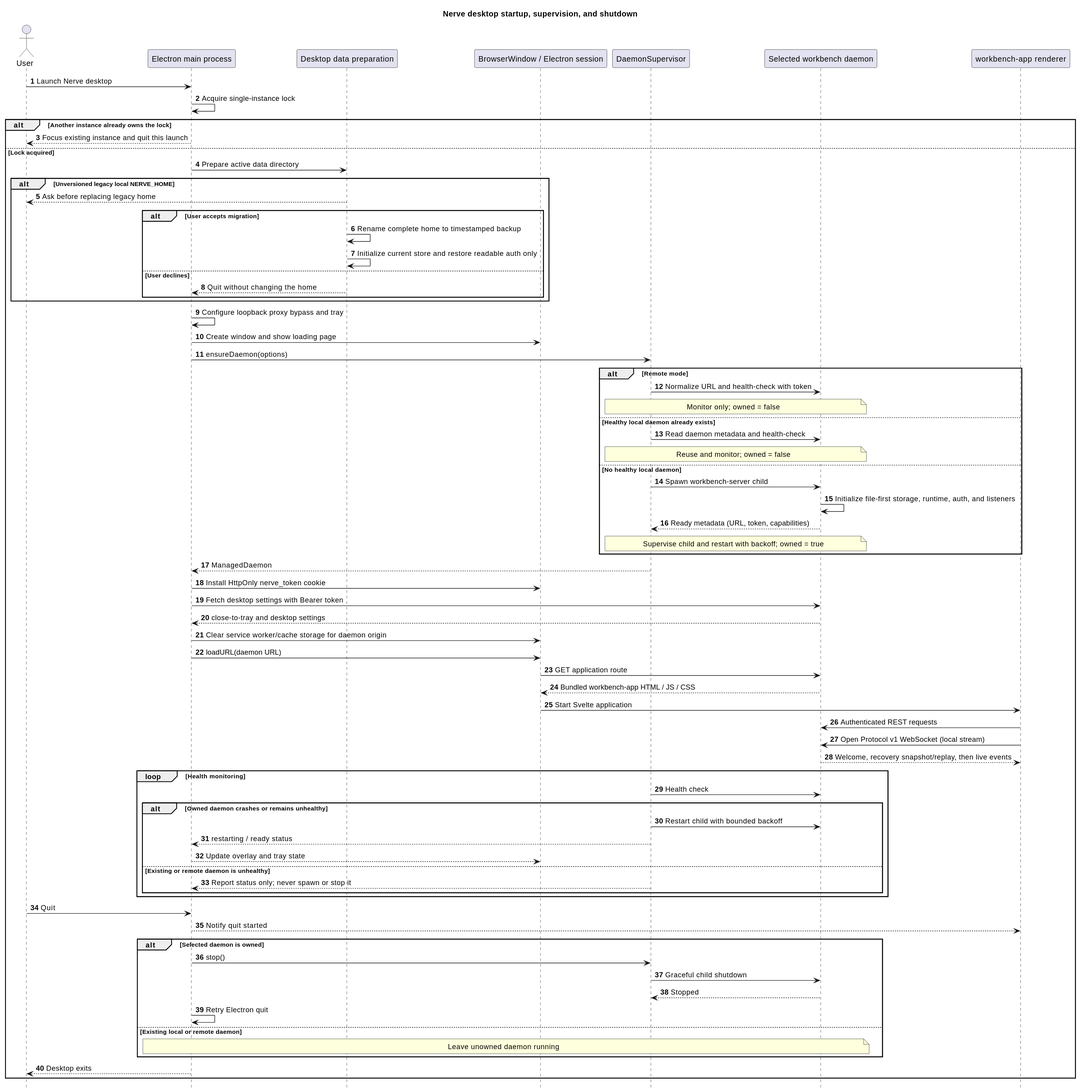
Earlier version of the PlantUML export packages/website/public/diagrams/05-desktop-startup.svg (ThilinaTLM/nerve). Its diagram source:
```plantuml
@startuml
!pragma layout smetana
hide footbox
autonumber

title Nerve desktop startup, supervision, and shutdown

actor User
participant "Electron main process" as Main
participant "Desktop data preparation" as Home
participant "BrowserWindow / Electron session" as Window
participant DaemonSupervisor as Supervisor
participant "Selected workbench daemon" as Daemon
participant "workbench-app renderer" as App

User -> Main: Launch Nerve desktop
Main -> Main: Acquire single-instance lock
alt Another instance already owns the lock
  Main --> User: Focus existing instance and quit this launch
else Lock acquired
  Main -> Home: Prepare active data directory
  alt Unversioned legacy local NERVE_HOME
    Home --> User: Ask before replacing legacy home
    alt User accepts migration
      Home -> Home: Rename complete home to timestamped backup
      Home -> Home: Initialize current store and restore readable auth only
    else User declines
      Home --> Main: Quit without changing the home
    end
  end

  Main -> Main: Configure loopback proxy bypass and tray
  Main -> Window: Create window and show loading page
  Main -> Supervisor: ensureDaemon(options)

  alt Remote mode
    Supervisor -> Daemon: Normalize URL and health-check with token
    note over Supervisor,Daemon: Monitor only; owned = false
  else Healthy local daemon already exists
    Supervisor -> Daemon: Read daemon metadata and health-check
    note over Supervisor,Daemon: Reuse and monitor; owned = false
  else No healthy local daemon
    Supervisor -> Daemon: Spawn workbench-server child
    Daemon -> Daemon: Initialize file-first storage, runtime, auth, and listeners
    Daemon --> Supervisor: Ready metadata (URL, token, capabilities)
    note over Supervisor,Daemon: Supervise child and restart with backoff; owned = true
  end

  Supervisor --> Main: ManagedDaemon
  Main -> Window: Install HttpOnly nerve_token cookie
  Main -> Daemon: Fetch desktop settings with Bearer token
  Daemon --> Main: close-to-tray and desktop settings
  Main -> Window: Clear service worker/cache storage for daemon origin
  Main -> Window: loadURL(daemon URL)
  Window -> Daemon: GET application route
  Daemon --> Window: Bundled workbench-app HTML / JS / CSS
  Window -> App: Start Svelte application
  App -> Daemon: Authenticated REST requests
  App -> Daemon: Open Protocol v1 WebSocket (local stream)
  Daemon --> App: Welcome, recovery snapshot/replay, then live events

  loop Health monitoring
    Supervisor -> Daemon: Health check
    alt Owned daemon crashes or remains unhealthy
      Supervisor -> Daemon: Restart child with bounded backoff
      Supervisor --> Main: restarting / ready status
      Main --> Window: Update overlay and tray state
    else Existing or remote daemon is unhealthy
      Supervisor --> Main: Report status only; never spawn or stop it
    end
  end

  User -> Main: Quit
  Main --> App: Notify quit started
  alt Selected daemon is owned
    Main -> Supervisor: stop()
    Supervisor -> Daemon: Graceful child shutdown
    Daemon --> Supervisor: Stopped
    Main -> Main: Retry Electron quit
  else Existing local or remote daemon
    note over Main,Daemon: Leave unowned daemon running
  end
  Main --> User: Desktop exits
end
@enduml
```
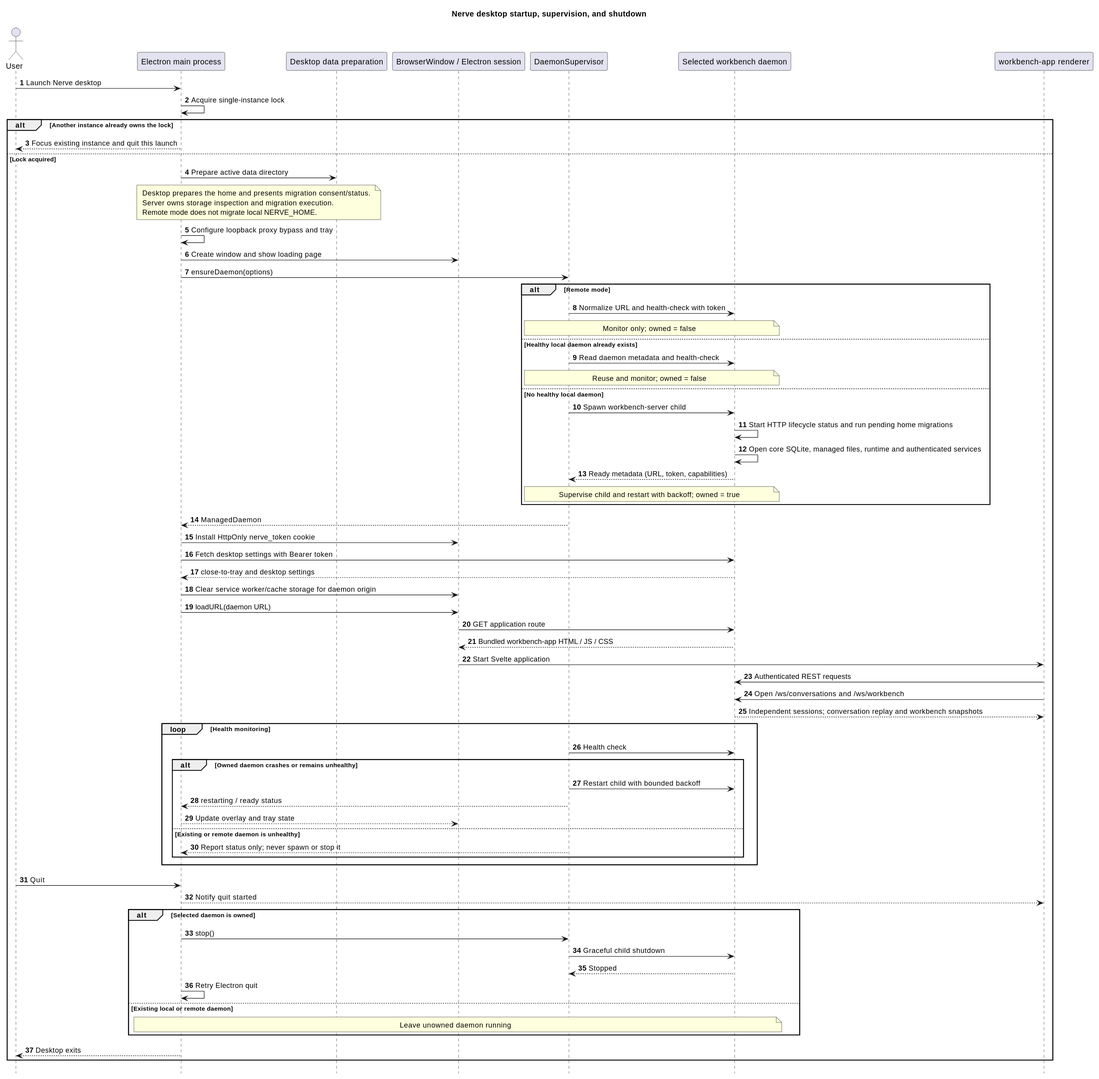
Above is the later version.

What changed in the source:
```diff
@@ -19,15 +19,11 @@
   Main --> User: Focus existing instance and quit this launch
 else Lock acquired
   Main -> Home: Prepare active data directory
-  alt Unversioned legacy local NERVE_HOME
-    Home --> User: Ask before replacing legacy home
-    alt User accepts migration
-      Home -> Home: Rename complete home to timestamped backup
-      Home -> Home: Initialize current store and restore readable auth only
-    else User declines
-      Home --> Main: Quit without changing the home
-    end
-  end
+  note over Main,Home
+    Desktop prepares the home and presents migration consent/status.
+    Server owns storage inspection and migration execution.
+    Remote mode does not migrate local NERVE_HOME.
+  end note
 
   Main -> Main: Configure loopback proxy bypass and tray
   Main -> Window: Create window and show loading page
@@ -41,7 +37,8 @@
     note over Supervisor,Daemon: Reuse and monitor; owned = false
   else No healthy local daemon
     Supervisor -> Daemon: Spawn workbench-server child
-    Daemon -> Daemon: Initialize file-first storage, runtime, auth, and listeners
+    Daemon -> Daemon: Start HTTP lifecycle status and run pending home migrations
+    Daemon -> Daemon: Open core SQLite, managed files, runtime and authenticated services
     Daemon --> Supervisor: Ready metadata (URL, token, capabilities)
     note over Supervisor,Daemon: Supervise child and restart with backoff; owned = true
   end
@@ -56,8 +53,8 @@
   Daemon --> Window: Bundled workbench-app HTML / JS / CSS
   Window -> App: Start Svelte application
   App -> Daemon: Authenticated REST requests
-  App -> Daemon: Open Protocol v1 WebSocket (local stream)
-  Daemon --> App: Welcome, recovery snapshot/replay, then live events
+  App -> Daemon: Open /ws/conversations and /ws/workbench
+  Daemon --> App: Independent sessions; conversation replay and workbench snapshots
 
   loop Health monitoring
     Supervisor -> Daemon: Health check
```
